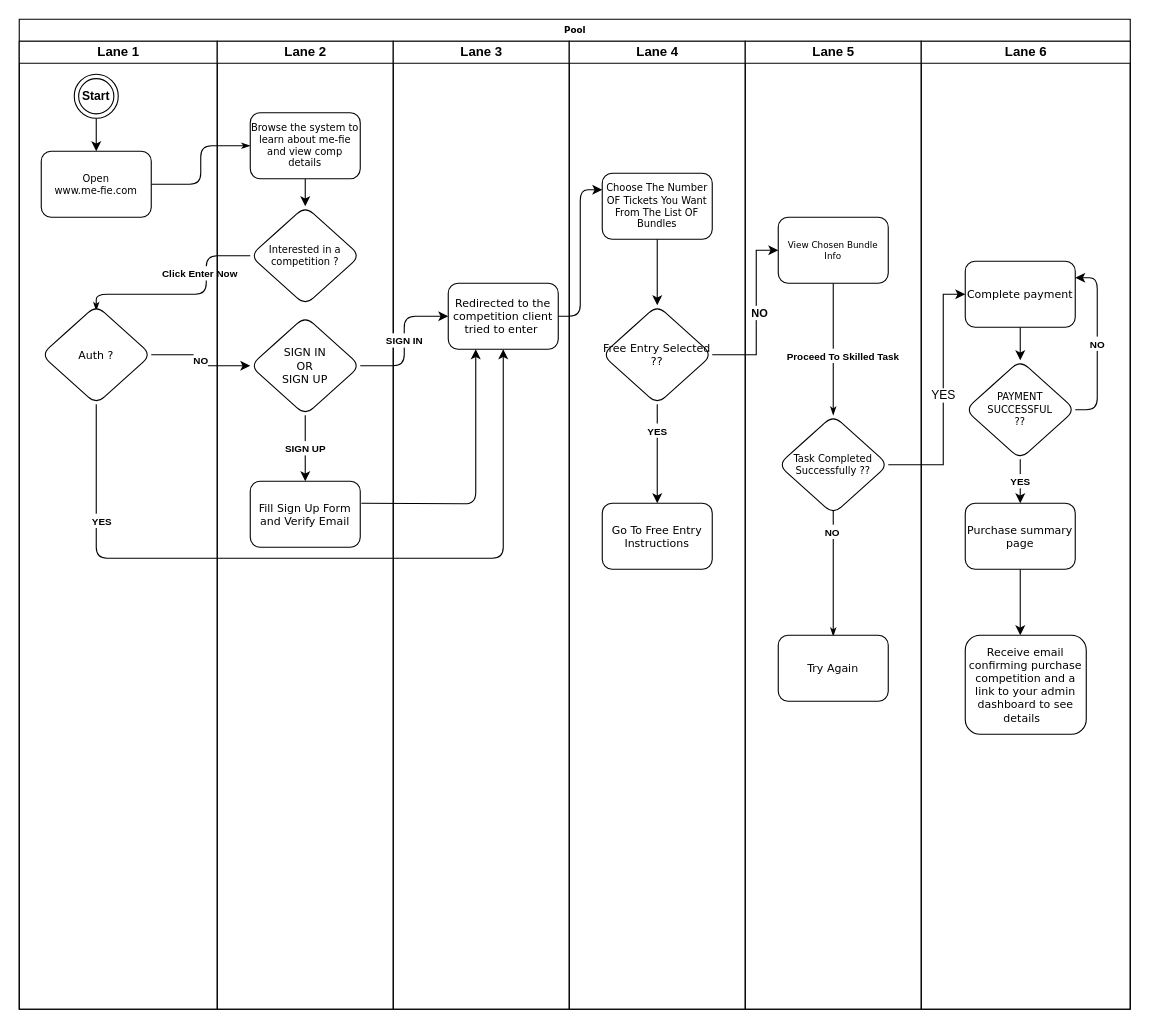
The draw.io diagram me-fie flow 2.0.drawio in Kwame-Pitakin/Draw.io, before the edit. Source tidied: cells renumbered, new cells numbered last; positions are measured from the earlier drawing's top-left corner, leaving out a move shared by most shapes. Both pictures are drawn from the tidied source at 110%, with x=0, y=0 at pixel (19, 19).
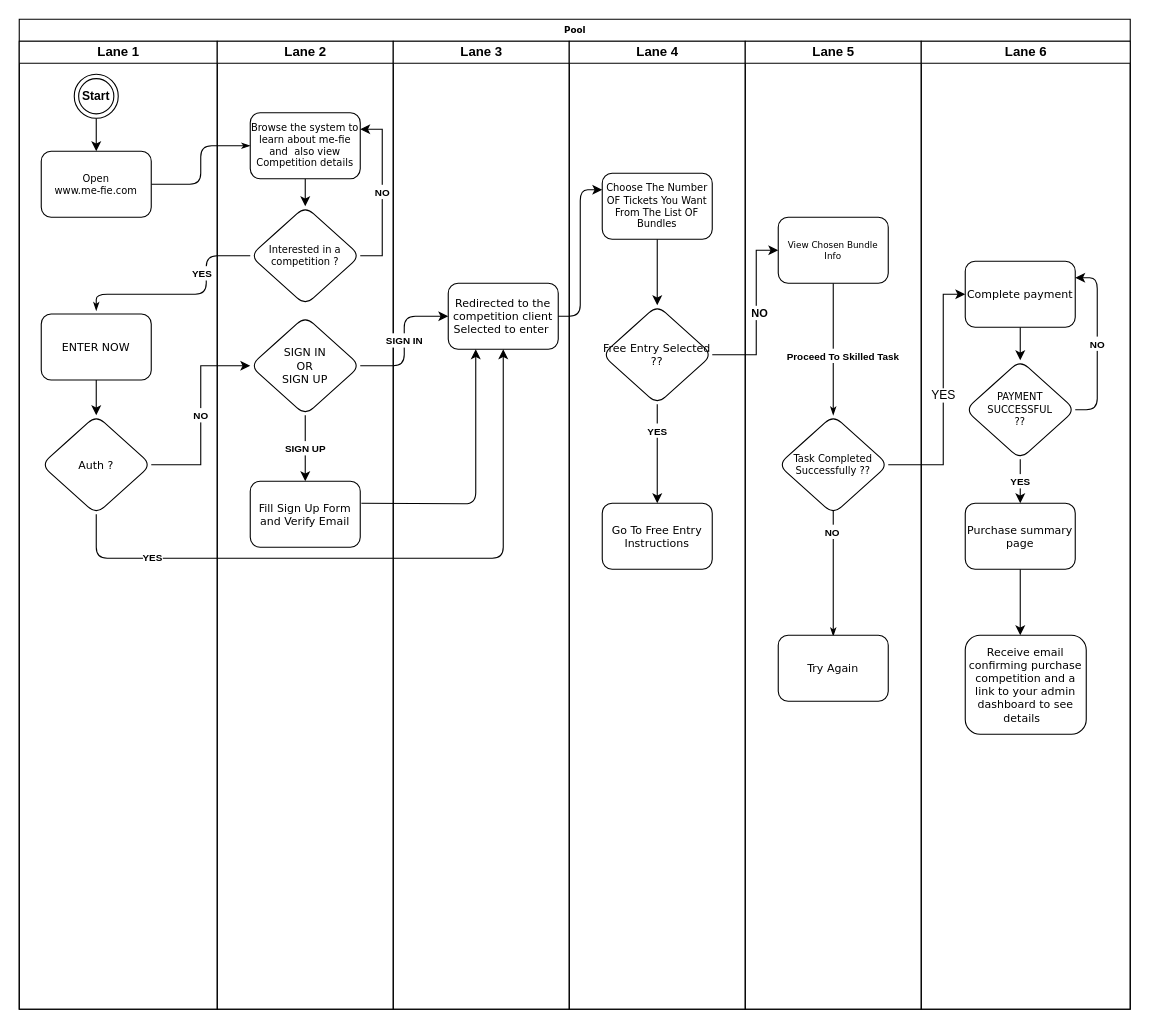
The same diagram, later.

Unchanged cells that the change refers to:
```xml
<mxCell id="4" style="edgeStyle=orthogonalEdgeStyle;rounded=1;html=1;labelBackgroundColor=none;startArrow=none;startFill=0;startSize=5;endArrow=classicThin;endFill=1;endSize=5;jettySize=auto;strokeWidth=1;fontFamily=Verdana;fontSize=8;exitX=0;exitY=0.5;exitDx=0;exitDy=0;" parent="2" edge="1" source="14">
  <mxGeometry relative="1" as="geometry">
    <mxPoint x="70" y="265" as="targetPoint" />
    <Array as="points">
      <mxPoint x="170" y="215" />
      <mxPoint x="170" y="250" />
      <mxPoint x="70" y="250" />
    </Array>
  </mxGeometry>
</mxCell>
<mxCell id="6" value="Lane 1" style="swimlane;html=1;startSize=20;" parent="2" vertex="1">
  <mxGeometry y="20" width="180" height="880" as="geometry" />
</mxCell>
<mxCell id="11" value="Lane 2" style="swimlane;html=1;startSize=20;" parent="2" vertex="1">
  <mxGeometry x="180" y="20" width="160" height="880" as="geometry" />
</mxCell>
<mxCell id="14" value="&lt;font style=&quot;font-size: 9px;&quot;&gt;Interested in a competition ?&lt;/font&gt;" style="rhombus;whiteSpace=wrap;html=1;fontSize=8;fontFamily=Verdana;rounded=1;shadow=0;labelBackgroundColor=none;strokeWidth=1;" parent="11" vertex="1">
  <mxGeometry x="30" y="150" width="100" height="90" as="geometry" />
</mxCell>
<mxCell id="18" value="Lane 3" style="swimlane;html=1;startSize=20;" parent="2" vertex="1">
  <mxGeometry x="340" y="20" width="160" height="880" as="geometry" />
</mxCell>
<mxCell id="46" style="edgeStyle=orthogonalEdgeStyle;rounded=1;jettySize=auto;html=1;exitX=0.5;exitY=1;exitDx=0;exitDy=0;entryX=0.5;entryY=1;entryDx=0;entryDy=0;" parent="2" edge="1" source="8" target="19">
  <mxGeometry relative="1" as="geometry">
    <Array as="points">
      <mxPoint x="70" y="490" />
      <mxPoint x="440" y="490" />
    </Array>
  </mxGeometry>
</mxCell>
```

Diff of the diagram source:
```diff
@@
-    <mxCell id="5" value="&lt;font style=&quot;font-size: 9px;&quot;&gt;&lt;b&gt;Click Enter Now&lt;/b&gt;&lt;/font&gt;" style="edgeLabel;html=1;align=center;verticalAlign=middle;" parent="4" vertex="1">
+    <mxCell id="5" value="&lt;font style=&quot;font-size: 9px;&quot;&gt;&lt;b&gt;YES&lt;/b&gt;&lt;/font&gt;" style="edgeLabel;html=1;align=center;verticalAlign=middle;" parent="4" vertex="1">
       <mxGeometry x="-0.04" y="-1" relative="1" as="geometry">
-        <mxPoint x="9" y="-19" as="offset" />
+        <mxPoint x="11" y="-19" as="offset" />
       </mxGeometry>
     </mxCell>
@@
     <mxCell id="8" value="&lt;font style=&quot;font-size: 10px;&quot;&gt;Auth ?&lt;/font&gt;" style="rhombus;whiteSpace=wrap;html=1;fontSize=8;fontFamily=Verdana;rounded=1;shadow=0;labelBackgroundColor=none;strokeWidth=1;" parent="6" vertex="1">
-      <mxGeometry x="20" y="240" width="100" height="90" as="geometry" />
+      <mxGeometry x="20" y="340" width="100" height="90" as="geometry" />
     </mxCell>
@@
+    <mxCell id="53" style="edgeStyle=orthogonalEdgeStyle;rounded=0;jettySize=auto;html=1;exitX=0.5;exitY=1;exitDx=0;exitDy=0;entryX=0.5;entryY=0;entryDx=0;entryDy=0;" parent="6" edge="1" source="54" target="8">
+      <mxGeometry relative="1" as="geometry" />
+    </mxCell>
+    <mxCell id="54" value="&lt;font size=&quot;1&quot;&gt;ENTER NOW&lt;/font&gt;" style="rounded=1;whiteSpace=wrap;html=1;shadow=0;labelBackgroundColor=none;strokeWidth=1;fontFamily=Verdana;fontSize=8;align=center;" parent="6" vertex="1">
+      <mxGeometry x="20" y="248" width="100" height="60" as="geometry" />
+    </mxCell>
@@
-    <mxCell id="13" value="&lt;font style=&quot;font-size: 9px;&quot;&gt;Browse the system to learn about me-fie and view comp details&lt;/font&gt;" style="rounded=1;whiteSpace=wrap;html=1;shadow=0;labelBackgroundColor=none;strokeWidth=1;fontFamily=Verdana;fontSize=8;align=center;" parent="11" vertex="1">
+    <mxCell id="13" value="&lt;font style=&quot;font-size: 9px;&quot;&gt;Browse the system to learn about me-fie and&amp;nbsp; also view Competition details&lt;/font&gt;" style="rounded=1;whiteSpace=wrap;html=1;shadow=0;labelBackgroundColor=none;strokeWidth=1;fontFamily=Verdana;fontSize=8;align=center;" parent="11" vertex="1">
       <mxGeometry x="30" y="65" width="100" height="60" as="geometry" />
     </mxCell>
+    <mxCell id="55" value="&lt;b&gt;&lt;font style=&quot;font-size: 9px;&quot;&gt;NO&lt;/font&gt;&lt;/b&gt;" style="edgeStyle=orthogonalEdgeStyle;rounded=0;jettySize=auto;html=1;exitX=1;exitY=0.5;exitDx=0;exitDy=0;entryX=1;entryY=0.25;entryDx=0;entryDy=0;" parent="11" edge="1" source="14" target="13">
+      <mxGeometry relative="1" as="geometry" />
+    </mxCell>
@@
-    <mxCell id="19" value="&lt;font size=&quot;1&quot;&gt;Redirected to the competition client tried to enter&amp;nbsp;&lt;/font&gt;" style="rounded=1;whiteSpace=wrap;html=1;shadow=0;labelBackgroundColor=none;strokeWidth=1;fontFamily=Verdana;fontSize=8;align=center;" parent="18" vertex="1">
+    <mxCell id="19" value="&lt;font size=&quot;1&quot;&gt;Redirected to the competition client Selected to enter&amp;nbsp;&lt;/font&gt;" style="rounded=1;whiteSpace=wrap;html=1;shadow=0;labelBackgroundColor=none;strokeWidth=1;fontFamily=Verdana;fontSize=8;align=center;" parent="18" vertex="1">
       <mxGeometry x="50" y="220" width="100" height="60" as="geometry" />
     </mxCell>
@@
     <mxCell id="47" value="&lt;font style=&quot;font-size: 9px;&quot;&gt;&lt;b&gt;YES&lt;/b&gt;&lt;/font&gt;" style="edgeLabel;html=1;align=center;verticalAlign=middle;" parent="46" vertex="1">
-      <mxGeometry x="-0.7" y="4" relative="1" as="geometry" />
+      <mxGeometry x="-0.7" y="4" relative="1" as="geometry">
+        <mxPoint y="2" as="offset" />
+      </mxGeometry>
     </mxCell>
```
